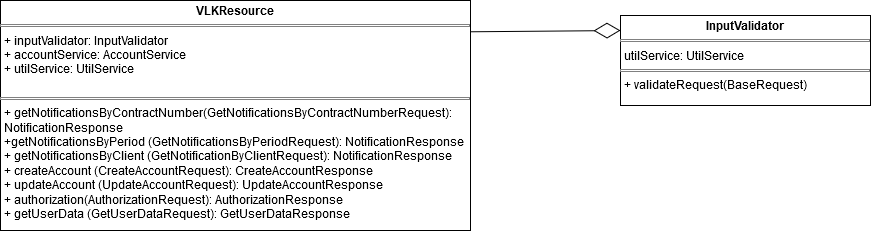
The draw.io diagram src/main/resources/documentation/Детальная диаграмма классов пакета resource.drawio.png in VladBaton/vlk, before a commit. Source tidied: cells renumbered, new cells last; positions are measured from the earlier drawing's top-left corner, leaving out a move shared by most shapes. Source of this version:
```xml
<mxGraphModel>
  <root>
    <mxCell id="0" />
    <mxCell id="1" parent="0" />
    <mxCell id="2" style="endArrow=diamondThin;endFill=0;endSize=24;html=1;rounded=0;exitX=1;exitY=0.136;exitDx=0;exitDy=0;exitPerimeter=0;entryX=0;entryY=0.167;entryDx=0;entryDy=0;entryPerimeter=0;" parent="1" edge="1" source="3" target="4">
      <mxGeometry relative="1" as="geometry" />
    </mxCell>
    <mxCell id="3" value="&lt;p style=&quot;margin:0px;margin-top:4px;text-align:center;&quot;&gt;&lt;b&gt;VLKResource&lt;/b&gt;&lt;br&gt;&lt;/p&gt;&lt;hr size=&quot;1&quot; style=&quot;border-style:solid;&quot;&gt;&lt;p style=&quot;margin:0px;margin-left:4px;&quot;&gt;+ inputValidator: InputValidator&lt;br&gt;&lt;/p&gt;&lt;p style=&quot;margin:0px;margin-left:4px;&quot;&gt;+ accountService: AccountService&lt;/p&gt;&lt;p style=&quot;margin:0px;margin-left:4px;&quot;&gt;+ utilService: UtilService&lt;/p&gt;&lt;p style=&quot;margin:0px;margin-left:4px;&quot;&gt;&lt;br&gt;&lt;/p&gt;&lt;hr size=&quot;1&quot; style=&quot;border-style:solid;&quot;&gt;&lt;p style=&quot;margin:0px;margin-left:4px;&quot;&gt;+ getNotificationsByContractNumber(GetNotificationsByContractNumberRequest): NotificationResponse&lt;/p&gt;&lt;p style=&quot;margin:0px;margin-left:4px;&quot;&gt;+getNotificationsByPeriod (GetNotificationsByPeriodRequest): NotificationResponse&lt;/p&gt;&lt;p style=&quot;margin:0px;margin-left:4px;&quot;&gt;+ getNotificationsByClient (GetNotificationByClientRequest): NotificationResponse&lt;/p&gt;&lt;p style=&quot;margin:0px;margin-left:4px;&quot;&gt;+ createAccount (CreateAccountRequest): CreateAccountResponse&lt;/p&gt;&lt;p style=&quot;margin:0px;margin-left:4px;&quot;&gt;+ updateAccount (UpdateAccountRequest): UpdateAccountResponse&lt;br&gt;&lt;/p&gt;&lt;p style=&quot;margin:0px;margin-left:4px;&quot;&gt;+ authorization(AuthorizationRequest): AuthorizationResponse&lt;/p&gt;&lt;p style=&quot;margin:0px;margin-left:4px;&quot;&gt;+ getUserData (GetUserDataRequest): GetUserDataResponse&lt;br&gt;&lt;/p&gt;" style="verticalAlign=top;align=left;overflow=fill;html=1;whiteSpace=wrap;" parent="1" vertex="1">
      <mxGeometry width="470" height="230" as="geometry" />
    </mxCell>
    <mxCell id="4" value="&lt;p style=&quot;margin:0px;margin-top:4px;text-align:center;&quot;&gt;&lt;b&gt;InputValidator&lt;/b&gt;&lt;br&gt;&lt;/p&gt;&lt;hr size=&quot;1&quot; style=&quot;border-style:solid;&quot;&gt;&lt;p style=&quot;margin:0px;margin-left:4px;&quot;&gt;utilService: UtilService&lt;br&gt;&lt;/p&gt;&lt;hr size=&quot;1&quot; style=&quot;border-style:solid;&quot;&gt;&lt;p style=&quot;margin:0px;margin-left:4px;&quot;&gt;+ validateRequest(BaseRequest)&lt;br&gt;&lt;/p&gt;" style="verticalAlign=top;align=left;overflow=fill;html=1;whiteSpace=wrap;" parent="1" vertex="1">
      <mxGeometry x="620" y="15" width="250" height="90" as="geometry" />
    </mxCell>
  </root>
</mxGraphModel>
```
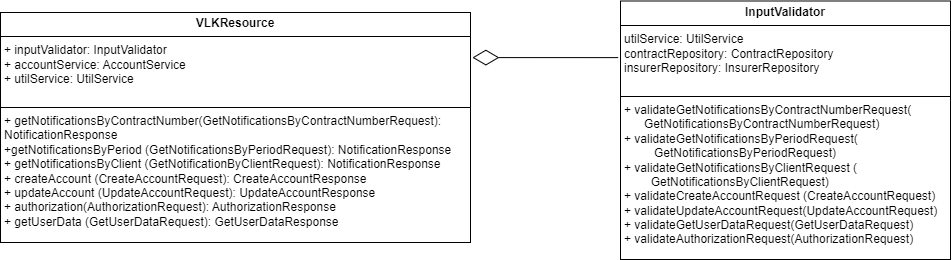
The same file after the commit.

Change to the diagram source:
```diff
@@ -2,14 +2,14 @@
   <root>
     <mxCell id="0" />
     <mxCell id="1" parent="0" />
-    <mxCell id="2" style="endArrow=diamondThin;endFill=0;endSize=24;html=1;rounded=0;exitX=1;exitY=0.136;exitDx=0;exitDy=0;exitPerimeter=0;entryX=0;entryY=0.167;entryDx=0;entryDy=0;entryPerimeter=0;" parent="1" edge="1" source="3" target="4">
+    <mxCell id="2" style="endArrow=diamondThin;endFill=0;endSize=24;html=1;rounded=0;entryX=1.004;entryY=0.196;entryDx=0;entryDy=0;entryPerimeter=0;exitX=-0.007;exitY=0.219;exitDx=0;exitDy=0;exitPerimeter=0;" parent="1" edge="1" source="4" target="3">
       <mxGeometry relative="1" as="geometry" />
     </mxCell>
     <mxCell id="3" value="&lt;p style=&quot;margin:0px;margin-top:4px;text-align:center;&quot;&gt;&lt;b&gt;VLKResource&lt;/b&gt;&lt;br&gt;&lt;/p&gt;&lt;hr size=&quot;1&quot; style=&quot;border-style:solid;&quot;&gt;&lt;p style=&quot;margin:0px;margin-left:4px;&quot;&gt;+ inputValidator: InputValidator&lt;br&gt;&lt;/p&gt;&lt;p style=&quot;margin:0px;margin-left:4px;&quot;&gt;+ accountService: AccountService&lt;/p&gt;&lt;p style=&quot;margin:0px;margin-left:4px;&quot;&gt;+ utilService: UtilService&lt;/p&gt;&lt;p style=&quot;margin:0px;margin-left:4px;&quot;&gt;&lt;br&gt;&lt;/p&gt;&lt;hr size=&quot;1&quot; style=&quot;border-style:solid;&quot;&gt;&lt;p style=&quot;margin:0px;margin-left:4px;&quot;&gt;+ getNotificationsByContractNumber(GetNotificationsByContractNumberRequest): NotificationResponse&lt;/p&gt;&lt;p style=&quot;margin:0px;margin-left:4px;&quot;&gt;+getNotificationsByPeriod (GetNotificationsByPeriodRequest): NotificationResponse&lt;/p&gt;&lt;p style=&quot;margin:0px;margin-left:4px;&quot;&gt;+ getNotificationsByClient (GetNotificationByClientRequest): NotificationResponse&lt;/p&gt;&lt;p style=&quot;margin:0px;margin-left:4px;&quot;&gt;+ createAccount (CreateAccountRequest): CreateAccountResponse&lt;/p&gt;&lt;p style=&quot;margin:0px;margin-left:4px;&quot;&gt;+ updateAccount (UpdateAccountRequest): UpdateAccountResponse&lt;br&gt;&lt;/p&gt;&lt;p style=&quot;margin:0px;margin-left:4px;&quot;&gt;+ authorization(AuthorizationRequest): AuthorizationResponse&lt;/p&gt;&lt;p style=&quot;margin:0px;margin-left:4px;&quot;&gt;+ getUserData (GetUserDataRequest): GetUserDataResponse&lt;br&gt;&lt;/p&gt;" style="verticalAlign=top;align=left;overflow=fill;html=1;whiteSpace=wrap;" parent="1" vertex="1">
       <mxGeometry width="470" height="230" as="geometry" />
     </mxCell>
-    <mxCell id="4" value="&lt;p style=&quot;margin:0px;margin-top:4px;text-align:center;&quot;&gt;&lt;b&gt;InputValidator&lt;/b&gt;&lt;br&gt;&lt;/p&gt;&lt;hr size=&quot;1&quot; style=&quot;border-style:solid;&quot;&gt;&lt;p style=&quot;margin:0px;margin-left:4px;&quot;&gt;utilService: UtilService&lt;br&gt;&lt;/p&gt;&lt;hr size=&quot;1&quot; style=&quot;border-style:solid;&quot;&gt;&lt;p style=&quot;margin:0px;margin-left:4px;&quot;&gt;+ validateRequest(BaseRequest)&lt;br&gt;&lt;/p&gt;" style="verticalAlign=top;align=left;overflow=fill;html=1;whiteSpace=wrap;" parent="1" vertex="1">
-      <mxGeometry x="620" y="15" width="250" height="90" as="geometry" />
+    <mxCell id="4" value="&lt;p style=&quot;margin:0px;margin-top:4px;text-align:center;&quot;&gt;&lt;b&gt;InputValidator&lt;/b&gt;&lt;br&gt;&lt;/p&gt;&lt;hr size=&quot;1&quot; style=&quot;border-style:solid;&quot;&gt;&lt;p style=&quot;margin:0px;margin-left:4px;&quot;&gt;utilService: UtilService&lt;br&gt;contractRepository: ContractRepository&lt;/p&gt;&lt;p style=&quot;margin:0px;margin-left:4px;&quot;&gt;insurerRepository: InsurerRepository&lt;/p&gt;&lt;p style=&quot;margin:0px;margin-left:4px;&quot;&gt;&lt;br&gt;&lt;/p&gt;&lt;hr size=&quot;1&quot; style=&quot;border-style:solid;&quot;&gt;&lt;p style=&quot;margin:0px;margin-left:4px;&quot;&gt;+&amp;nbsp;validateGetNotificationsByContractNumberRequest(&lt;/p&gt;&lt;p style=&quot;margin:0px;margin-left:4px;&quot;&gt;&amp;nbsp; &amp;nbsp; &amp;nbsp;&lt;span style=&quot;&quot;&gt;&lt;span style=&quot;&quot;&gt;&amp;nbsp;&lt;/span&gt;&lt;/span&gt;GetNotificationsByContractNumberRequest)&lt;/p&gt;&lt;p style=&quot;margin:0px;margin-left:4px;&quot;&gt;+&amp;nbsp;validateGetNotificationsByPeriodRequest(&lt;/p&gt;&lt;p style=&quot;margin:0px;margin-left:4px;&quot;&gt;&amp;nbsp; &amp;nbsp; &amp;nbsp; &amp;nbsp; &amp;nbsp;GetNotificationsByPeriodRequest&lt;span style=&quot;background-color: initial;&quot;&gt;)&lt;/span&gt;&lt;/p&gt;&lt;p style=&quot;margin:0px;margin-left:4px;&quot;&gt;&lt;span style=&quot;background-color: initial;&quot;&gt;+&amp;nbsp;&lt;/span&gt;validateGetNotificationsByClientRequest (&lt;/p&gt;&lt;p style=&quot;margin:0px;margin-left:4px;&quot;&gt;&amp;nbsp; &amp;nbsp; &amp;nbsp; &amp;nbsp;&amp;nbsp;GetNotificationsByClientRequest)&lt;/p&gt;&lt;p style=&quot;margin:0px;margin-left:4px;&quot;&gt;+&amp;nbsp;validateCreateAccountRequest (CreateAccountRequest)&lt;/p&gt;&lt;p style=&quot;margin:0px;margin-left:4px;&quot;&gt;+&amp;nbsp;validateUpdateAccountRequest(UpdateAccountRequest)&lt;/p&gt;&lt;p style=&quot;margin:0px;margin-left:4px;&quot;&gt;+&amp;nbsp;validateGetUserDataRequest(GetUserDataRequest)&lt;/p&gt;&lt;p style=&quot;margin:0px;margin-left:4px;&quot;&gt;+&amp;nbsp;validateAuthorizationRequest(AuthorizationRequest)&lt;/p&gt;" style="verticalAlign=top;align=left;overflow=fill;html=1;whiteSpace=wrap;" parent="1" vertex="1">
+      <mxGeometry x="620" y="-11.5" width="330" height="258.5" as="geometry" />
     </mxCell>
   </root>
 </mxGraphModel>
```
